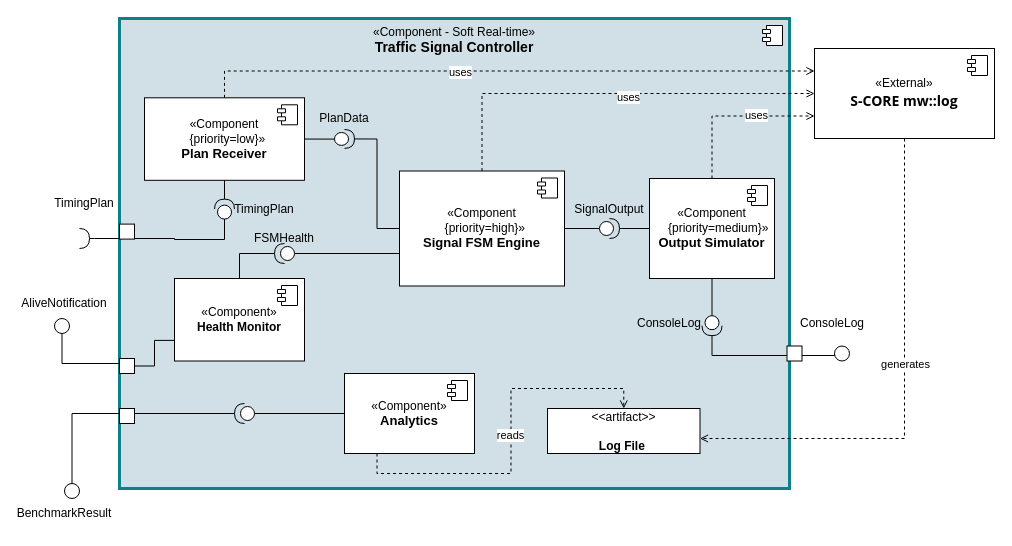
Before: docs/04_design/Component Diagrams/Traffic Signal Controller.drawio in PhamTranDucHanh/adaptive_traffic_light, a draw.io diagram. Source tidied: cells renumbered, new cells numbered last; positions are measured from the earlier drawing's top-left corner, leaving out a move shared by most shapes. Both pictures are drawn from the tidied source at 100%, with x=0, y=0 at pixel (34, 18).
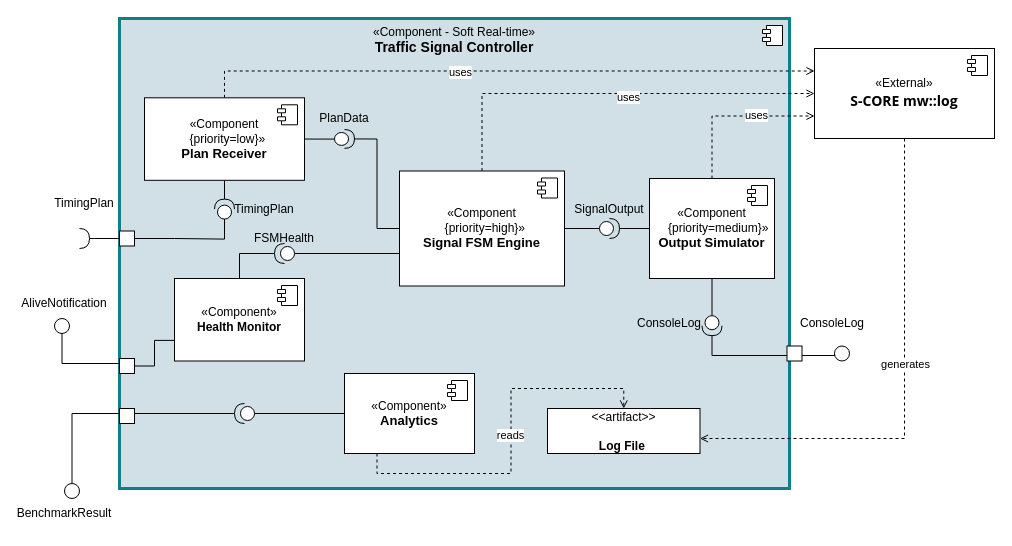
Above is the later version.

Unchanged cells that the change refers to:
```xml
<mxCell id="31" style="shape=providedRequiredInterface;html=1;verticalLabelPosition=bottom;sketch=0;direction=north;" parent="30" vertex="1">
  <mxGeometry y="5" width="20" height="20" as="geometry" />
</mxCell>
```

Change to the diagram source:
```diff
@@
-    <mxCell id="29" style="edgeStyle=orthogonalEdgeStyle;rounded=0;jettySize=auto;html=1;exitX=1;exitY=0.5;exitDx=0;exitDy=0;exitPerimeter=0;entryX=0;entryY=0.5;entryDx=0;entryDy=0;entryPerimeter=0;endArrow=none;endFill=0;" parent="1" edge="1" source="34" target="31">
+    <mxCell id="29" style="edgeStyle=orthogonalEdgeStyle;rounded=0;orthogonalLoop=1;jettySize=auto;html=1;exitX=1;exitY=0.5;exitDx=0;exitDy=0;exitPerimeter=0;entryX=0;entryY=0.5;entryDx=0;entryDy=0;entryPerimeter=0;endArrow=none;endFill=0;" parent="1" edge="1">
       <mxGeometry relative="1" as="geometry">
+        <mxPoint x="100" y="212.8" as="sourcePoint" />
+        <mxPoint x="190" y="200.3" as="targetPoint" />
         <Array as="points">
           <mxPoint x="100" y="220" />
           <mxPoint x="140" y="220" />
-          <mxPoint x="190" y="221" />
+          <mxPoint x="190" y="220.6" />
         </Array>
       </mxGeometry>
     </mxCell>
@@
     <mxCell id="34" style="fontStyle=0;labelPosition=right;verticalLabelPosition=middle;align=left;verticalAlign=middle;spacingLeft=2;" parent="1" vertex="1">
-      <mxGeometry x="85" y="205.6" width="15" height="15" as="geometry" />
+      <mxGeometry x="85" y="212.5" width="15" height="15" as="geometry" />
     </mxCell>
```
